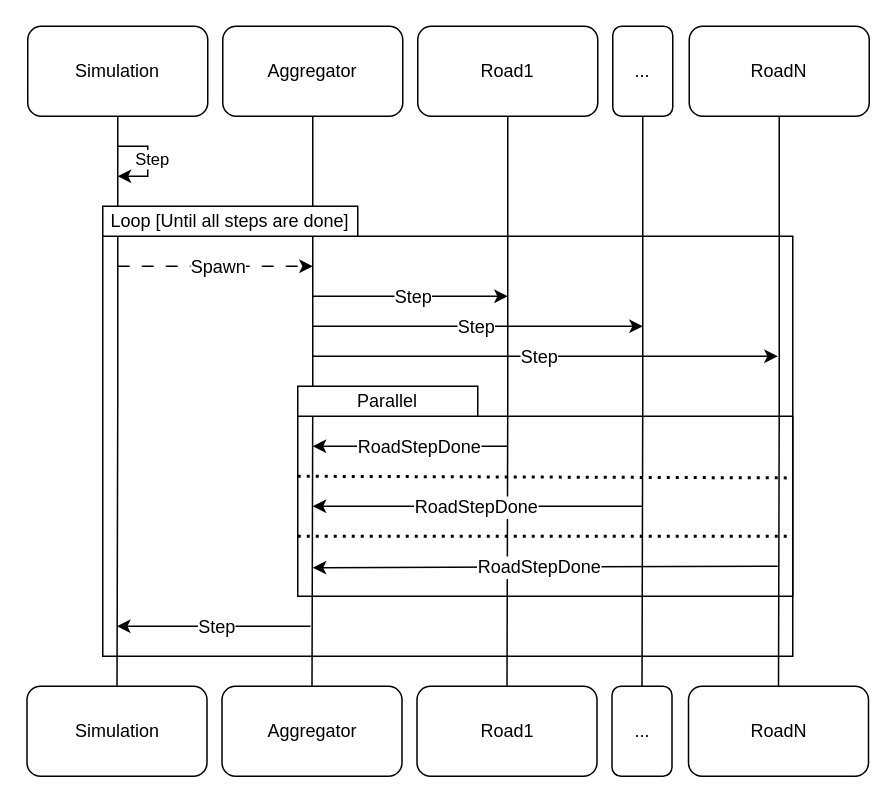
zucchero-sintattico/PCD-ASS03-23-24 keeps this draw.io diagram as page "SeqDiagram3" (5 of 8) of pt1/docs/PCD_ASS03_P1.drawio. Above is the earlier version. Source tidied: cells renumbered, new cells numbered last; positions are measured from the earlier drawing's top-left corner, leaving out a move shared by most shapes. Both pictures are drawn from the tidied source at 150%, with x=0, y=0 at pixel (27, 26).
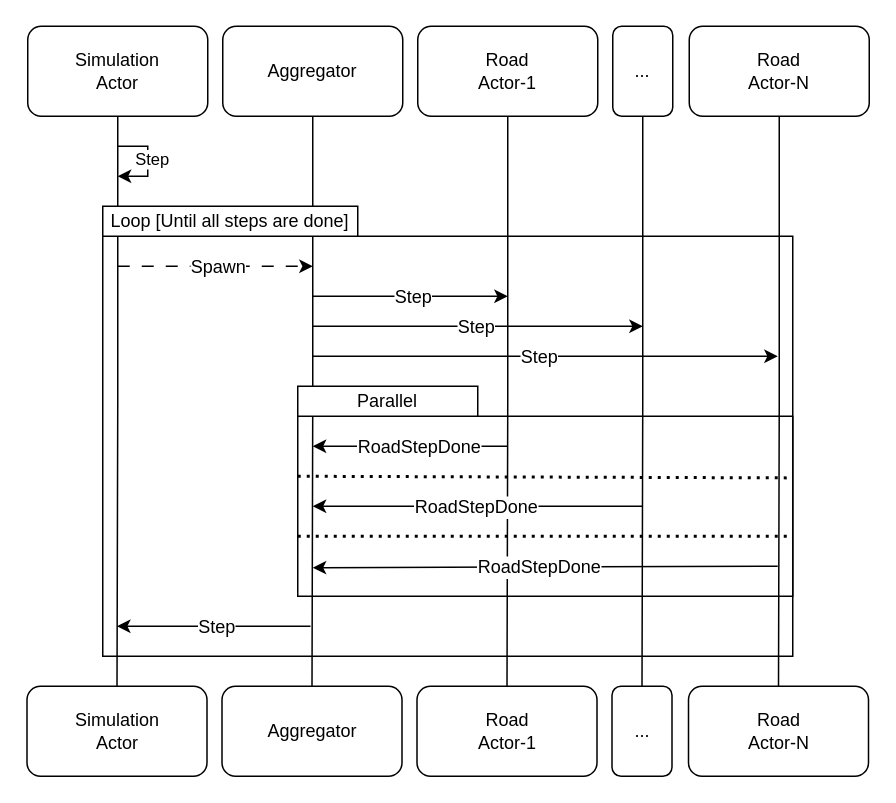
The same page after the edit.

Change to the diagram source:
```diff
@@
-    <mxCell id="5" value="Simulation" style="rounded=1;whiteSpace=wrap;html=1;" parent="1" vertex="1">
+    <mxCell id="5" value="Simulation&lt;div&gt;Actor&lt;/div&gt;" style="rounded=1;whiteSpace=wrap;html=1;" parent="1" vertex="1">
       <mxGeometry width="120" height="60" as="geometry" />
     </mxCell>
@@
-    <mxCell id="8" value="Simulation" style="rounded=1;whiteSpace=wrap;html=1;" parent="1" vertex="1">
+    <mxCell id="8" value="Simulation&lt;div&gt;Actor&lt;/div&gt;" style="rounded=1;whiteSpace=wrap;html=1;" parent="1" vertex="1">
       <mxGeometry x="-0.5" y="440" width="120" height="60" as="geometry" />
     </mxCell>
@@
-    <mxCell id="14" value="Road1" style="rounded=1;whiteSpace=wrap;html=1;" parent="1" vertex="1">
+    <mxCell id="14" value="Road&lt;div&gt;Actor-1&lt;/div&gt;" style="rounded=1;whiteSpace=wrap;html=1;" parent="1" vertex="1">
       <mxGeometry x="260" width="120" height="60" as="geometry" />
     </mxCell>
-    <mxCell id="15" value="Road1" style="rounded=1;whiteSpace=wrap;html=1;" parent="1" vertex="1">
+    <mxCell id="15" value="Road&lt;div&gt;Actor-1&lt;/div&gt;" style="rounded=1;whiteSpace=wrap;html=1;" parent="1" vertex="1">
       <mxGeometry x="259.5" y="440" width="120" height="60" as="geometry" />
     </mxCell>
@@
-    <mxCell id="20" value="RoadN" style="rounded=1;whiteSpace=wrap;html=1;" parent="1" vertex="1">
+    <mxCell id="20" value="Road&lt;div&gt;Actor-N&lt;/div&gt;" style="rounded=1;whiteSpace=wrap;html=1;" parent="1" vertex="1">
       <mxGeometry x="441" width="120" height="60" as="geometry" />
     </mxCell>
-    <mxCell id="21" value="RoadN" style="rounded=1;whiteSpace=wrap;html=1;" parent="1" vertex="1">
+    <mxCell id="21" value="Road&lt;div&gt;Actor-N&lt;/div&gt;" style="rounded=1;whiteSpace=wrap;html=1;" parent="1" vertex="1">
       <mxGeometry x="440.5" y="440" width="120" height="60" as="geometry" />
     </mxCell>
```
